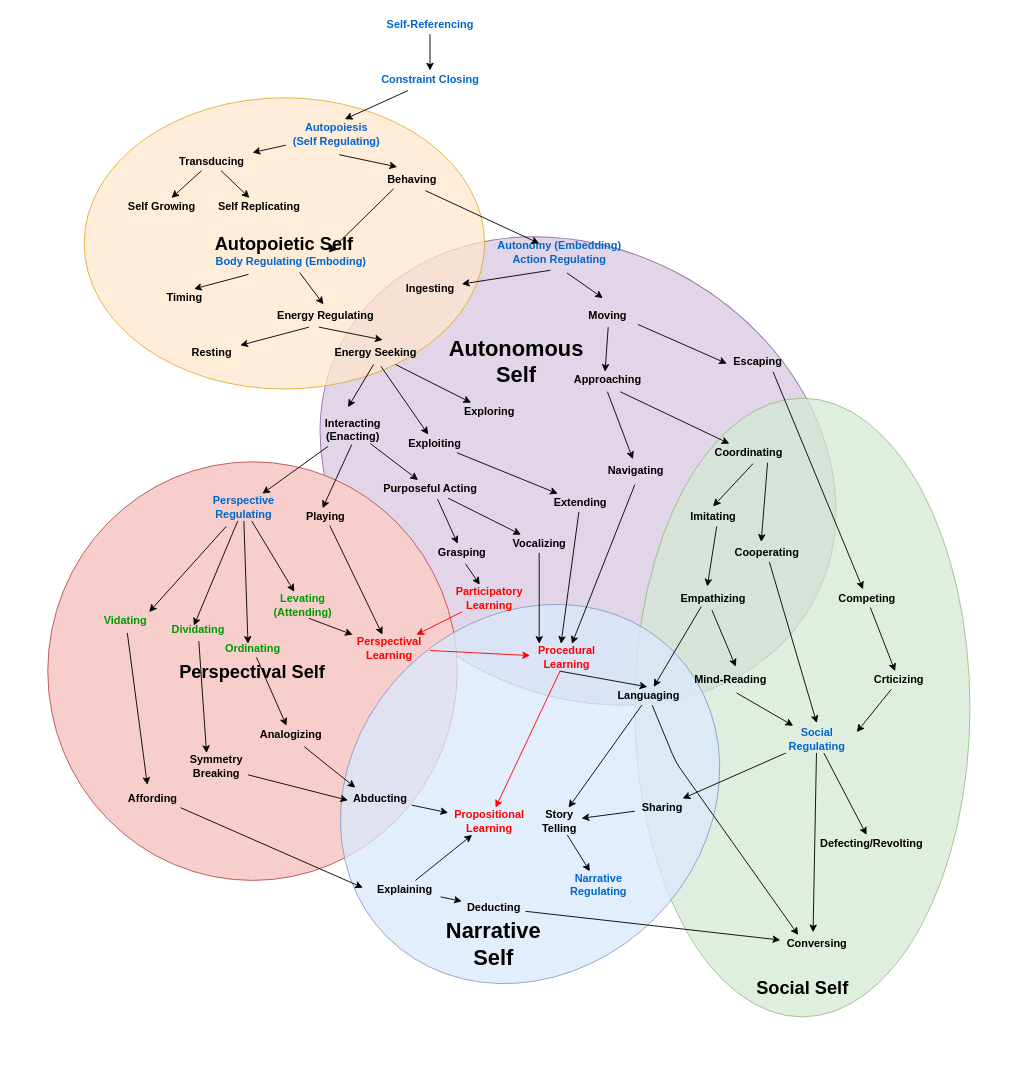
Earlier version of the draw.io diagram autopoiesis_evolution.drawio (codeaudit/1). Source tidied: cells renumbered, new cells numbered last; positions are measured from the earlier drawing's top-left corner, leaving out a move shared by most shapes. Both pictures are drawn from the tidied source at 91%, with x=0, y=0 at pixel (47, 15).
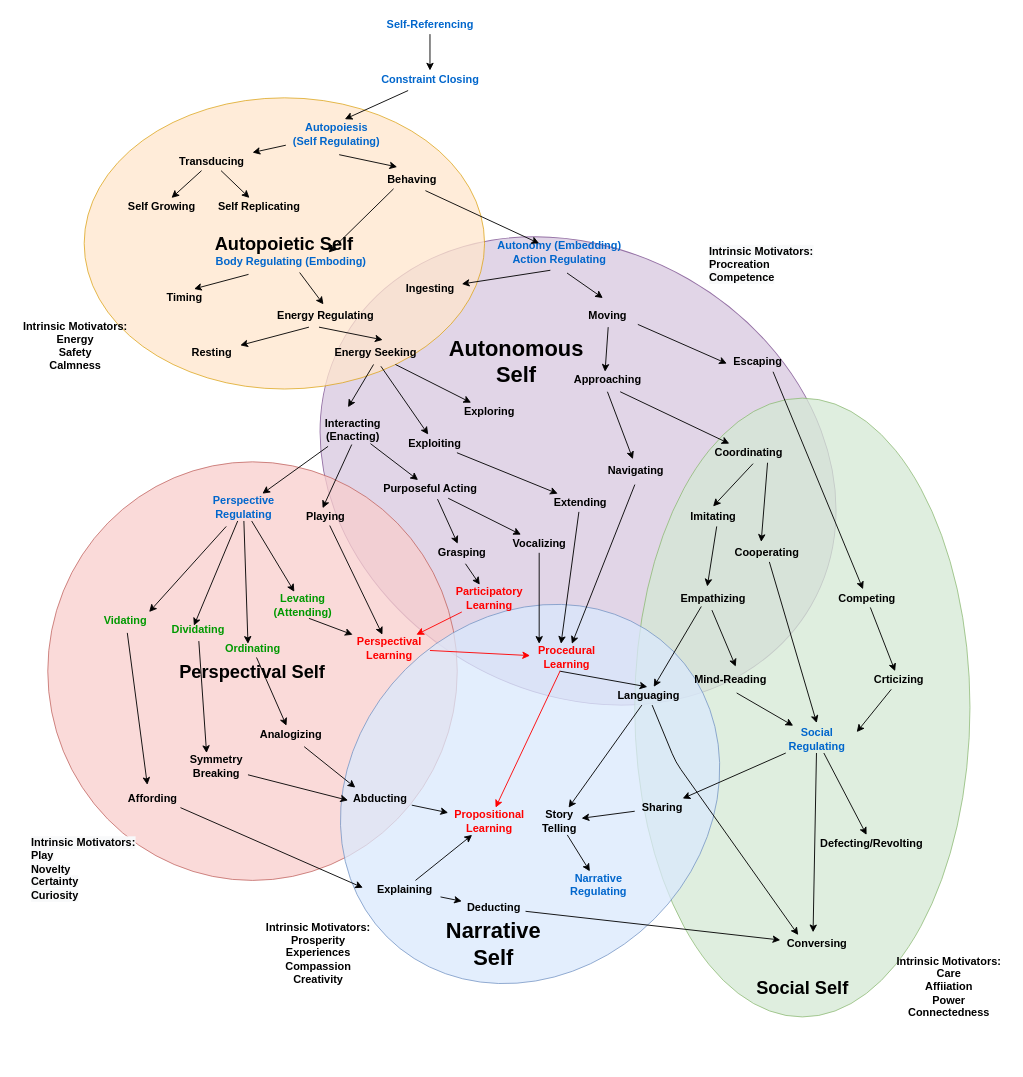
Above is the later version.

Diff of the diagram source:
```diff
@@
-    <mxCell id="4" value="&lt;b style=&quot;font-size: 20px&quot;&gt;Perspectival Self&lt;/b&gt;" style="ellipse;whiteSpace=wrap;html=1;fillColor=#f8cecc;strokeColor=#b85450;" parent="1" vertex="1">
+    <mxCell id="4" value="&lt;b style=&quot;font-size: 20px&quot;&gt;Perspectival Self&lt;/b&gt;" style="ellipse;whiteSpace=wrap;html=1;fillColor=#f8cecc;strokeColor=#b85450;opacity=75;" parent="1" vertex="1">
       <mxGeometry y="490" width="450" height="460" as="geometry" />
     </mxCell>
@@
+    <mxCell id="133" value="&lt;font color=&quot;#000000&quot;&gt;&lt;b&gt;Intrinsic Motivators:&lt;br&gt;Energy&lt;br&gt;Safety&lt;br&gt;Calmness&lt;br&gt;&lt;/b&gt;&lt;br&gt;&lt;/font&gt;" style="text;html=1;align=center;verticalAlign=middle;fontColor=#009900;" parent="1" vertex="1">
+      <mxGeometry x="-35" y="330" width="130" height="80" as="geometry" />
+    </mxCell>
+    <mxCell id="134" value="&lt;span style=&quot;color: rgb(0 , 0 , 0) ; font-family: &amp;#34;helvetica&amp;#34; ; font-size: 12px ; font-style: normal ; letter-spacing: normal ; text-align: center ; text-indent: 0px ; text-transform: none ; word-spacing: 0px ; background-color: rgb(248 , 249 , 250) ; display: inline ; float: none&quot;&gt;&lt;b&gt;Intrinsic Motivators:&lt;br&gt;Play&lt;br&gt;Novelty&lt;br&gt;&lt;/b&gt;&lt;b&gt;Certainty&lt;/b&gt;&lt;b&gt;&lt;br&gt;Curiosity&lt;/b&gt;&lt;br&gt;&lt;/span&gt;" style="text;whiteSpace=wrap;html=1;fontColor=#009900;" parent="1" vertex="1">
+      <mxGeometry x="-20" y="895" width="130" height="30" as="geometry" />
+    </mxCell>
+    <mxCell id="135" value="&lt;span style=&quot;color: rgb(0 , 0 , 0)&quot;&gt;&lt;b&gt;Intrinsic Motivators:&lt;br&gt;Prosperity&lt;br&gt;Experiences&lt;br&gt;Compassion&lt;br&gt;Creativity&lt;/b&gt;&lt;br&gt;&lt;/span&gt;" style="text;html=1;align=center;verticalAlign=middle;fontColor=#009900;" parent="1" vertex="1">
+      <mxGeometry x="231.7" y="990" width="130" height="80" as="geometry" />
+    </mxCell>
+    <mxCell id="136" value="&lt;span style=&quot;color: rgb(0 , 0 , 0)&quot;&gt;&lt;b&gt;Intrinsic Motivators:&lt;br&gt;Care&lt;br&gt;Affiiation&lt;br&gt;Power&lt;br&gt;Connectedness&lt;/b&gt;&lt;br&gt;&lt;/span&gt;" style="text;html=1;align=center;verticalAlign=middle;fontColor=#009900;" parent="1" vertex="1">
+      <mxGeometry x="925" y="1027.2" width="130" height="80" as="geometry" />
+    </mxCell>
+    <mxCell id="137" value="&lt;span style=&quot;color: rgb(0 , 0 , 0) ; font-family: &amp;#34;helvetica&amp;#34; ; font-size: 12px ; font-style: normal ; letter-spacing: normal ; text-align: center ; text-indent: 0px ; text-transform: none ; word-spacing: 0px ; background-color: rgb(248 , 249 , 250) ; display: inline ; float: none&quot;&gt;&lt;b&gt;Intrinsic Motivators:&lt;/b&gt;&lt;b&gt;&lt;br&gt;Procreation&lt;/b&gt;&lt;b&gt;&lt;br&gt;Competence&lt;/b&gt;&lt;br&gt;&lt;/span&gt;" style="text;whiteSpace=wrap;html=1;fontColor=#009900;" parent="1" vertex="1">
+      <mxGeometry x="725" y="245" width="130" height="35" as="geometry" />
+    </mxCell>
```
